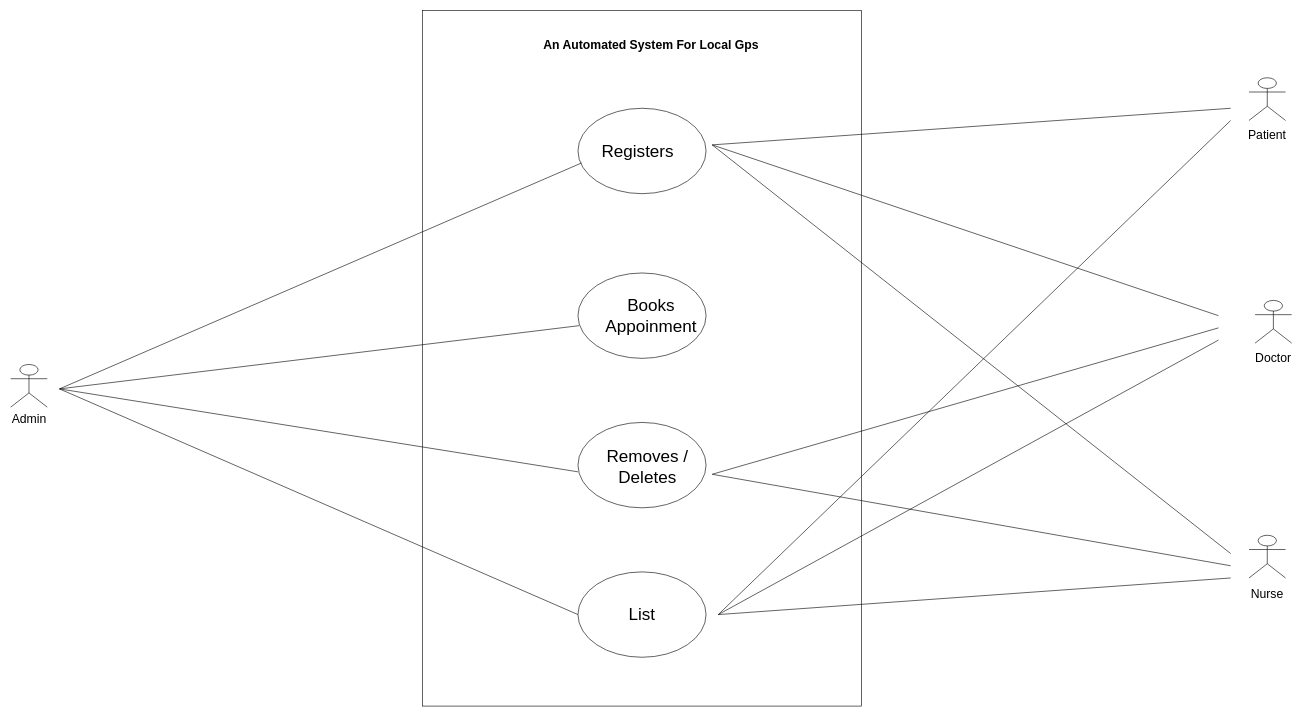
Before: Diagram/Use Case Diagram/Admin.drawio in shreeya20desai/An-Automated-System-For-Local-GPs, a draw.io diagram. Source tidied: cells renumbered, new cells numbered last; positions are measured from the earlier drawing's top-left corner, leaving out a move shared by most shapes. Both pictures are drawn from the tidied source at 61%, with x=0, y=0 at pixel (10, 10).
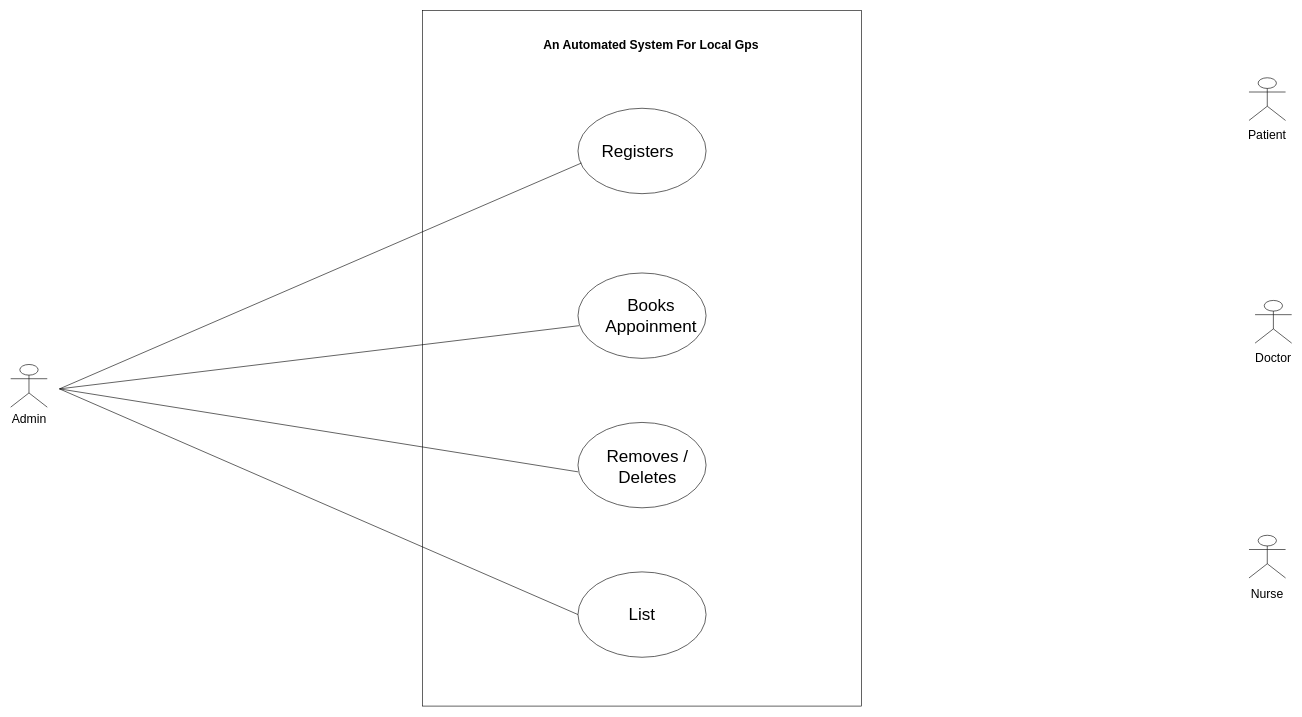
After the change.

The edit, as a diff of the source:
```diff
@@
-    <mxCell id="23" style="endArrow=none;html=1;rounded=0;" parent="1" edge="1">
-      <mxGeometry relative="1" as="geometry">
-        <mxPoint x="1150" y="220" as="sourcePoint" />
-        <mxPoint x="2000" y="160" as="targetPoint" />
-      </mxGeometry>
-    </mxCell>
-    <mxCell id="24" style="endArrow=none;html=1;rounded=0;" parent="1" edge="1">
-      <mxGeometry relative="1" as="geometry">
-        <mxPoint x="1150" y="220" as="sourcePoint" />
-        <mxPoint x="1980" y="500" as="targetPoint" />
-      </mxGeometry>
-    </mxCell>
-    <mxCell id="25" style="endArrow=none;html=1;rounded=0;" parent="1" edge="1">
-      <mxGeometry relative="1" as="geometry">
-        <mxPoint x="1150" y="220" as="sourcePoint" />
-        <mxPoint x="2000" y="890" as="targetPoint" />
-      </mxGeometry>
-    </mxCell>
-    <mxCell id="26" style="endArrow=none;html=1;rounded=0;" parent="1" edge="1">
-      <mxGeometry relative="1" as="geometry">
-        <mxPoint x="1150" y="760" as="sourcePoint" />
-        <mxPoint x="1980" y="520" as="targetPoint" />
-      </mxGeometry>
-    </mxCell>
-    <mxCell id="27" style="endArrow=none;html=1;rounded=0;" parent="1" edge="1">
-      <mxGeometry relative="1" as="geometry">
-        <mxPoint x="1150" y="760" as="sourcePoint" />
-        <mxPoint x="2000" y="910" as="targetPoint" />
-      </mxGeometry>
-    </mxCell>
-    <mxCell id="28" style="endArrow=none;html=1;rounded=0;" parent="1" edge="1">
-      <mxGeometry relative="1" as="geometry">
-        <mxPoint x="1160" y="990" as="sourcePoint" />
-        <mxPoint x="2000" y="180" as="targetPoint" />
-      </mxGeometry>
-    </mxCell>
-    <mxCell id="29" style="endArrow=none;html=1;rounded=0;" parent="1" edge="1">
-      <mxGeometry relative="1" as="geometry">
-        <mxPoint x="1160" y="990" as="sourcePoint" />
-        <mxPoint x="1980" y="540" as="targetPoint" />
-      </mxGeometry>
-    </mxCell>
-    <mxCell id="30" style="endArrow=none;html=1;rounded=0;" parent="1" edge="1">
-      <mxGeometry relative="1" as="geometry">
-        <mxPoint x="1160" y="990" as="sourcePoint" />
-        <mxPoint x="2000" y="930" as="targetPoint" />
-      </mxGeometry>
-    </mxCell>
```
